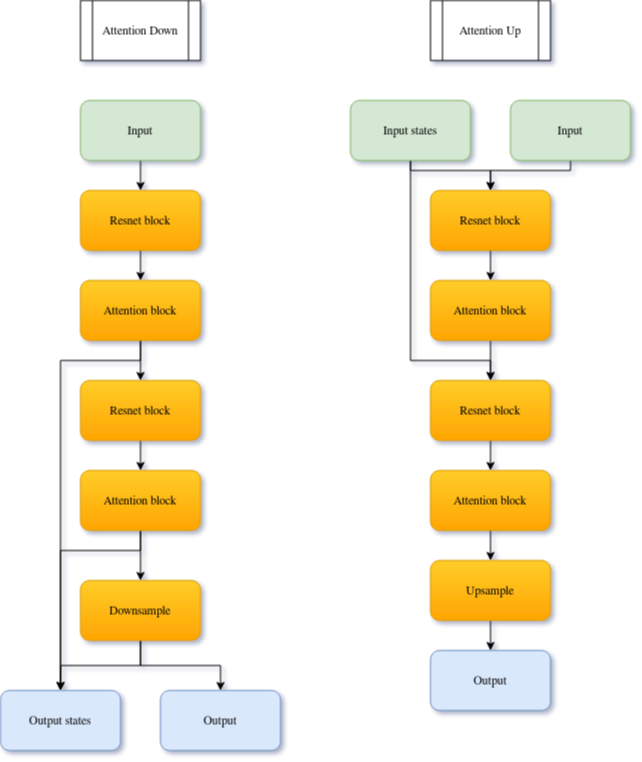
kaamka/diffusion-ct keeps this draw.io diagram as pdf/images/AttentionDownUp.drawio.png. Above is the earlier version. Source tidied: cells renumbered, new cells last; positions are measured from the earlier drawing's top-left corner, leaving out a move shared by most shapes.
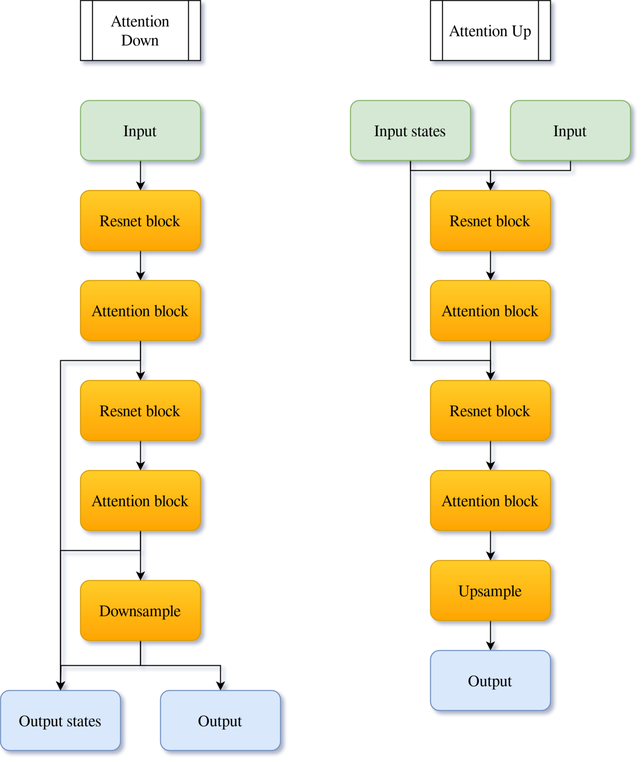
Later version of the same file.

What changed in the source:
```diff
@@ -2,19 +2,19 @@
   <root>
     <mxCell id="0" />
     <mxCell id="1" parent="0" />
-    <mxCell id="2" style="edgeStyle=orthogonalEdgeStyle;rounded=0;jettySize=auto;html=1;exitX=0.5;exitY=1;exitDx=0;exitDy=0;entryX=0.5;entryY=0;entryDx=0;entryDy=0;" parent="1" edge="1" source="3" target="9">
+    <mxCell id="2" style="edgeStyle=orthogonalEdgeStyle;rounded=0;jettySize=auto;html=1;exitX=0.5;exitY=1;exitDx=0;exitDy=0;entryX=0.5;entryY=0;entryDx=0;entryDy=0;fontSize=16;" parent="1" edge="1" source="3" target="9">
       <mxGeometry relative="1" as="geometry" />
     </mxCell>
-    <mxCell id="3" value="Input" style="rounded=1;whiteSpace=wrap;html=1;fillColor=#d5e8d4;strokeColor=#82b366;" parent="1" vertex="1">
+    <mxCell id="3" value="Input" style="rounded=1;whiteSpace=wrap;html=1;fillColor=#d5e8d4;strokeColor=#82b366;fontSize=16;" parent="1" vertex="1">
       <mxGeometry x="80" y="100" width="120" height="60" as="geometry" />
     </mxCell>
-    <mxCell id="4" value="Attention Down" style="shape=process;whiteSpace=wrap;html=1;backgroundOutline=1;" parent="1" vertex="1">
+    <mxCell id="4" value="Attention Down" style="shape=process;whiteSpace=wrap;html=1;backgroundOutline=1;fontSize=16;" parent="1" vertex="1">
       <mxGeometry x="80" width="120" height="60" as="geometry" />
     </mxCell>
-    <mxCell id="5" value="Attention Up" style="shape=process;whiteSpace=wrap;html=1;backgroundOutline=1;" parent="1" vertex="1">
+    <mxCell id="5" value="Attention Up" style="shape=process;whiteSpace=wrap;html=1;backgroundOutline=1;fontSize=16;" parent="1" vertex="1">
       <mxGeometry x="430" width="120" height="60" as="geometry" />
     </mxCell>
-    <mxCell id="6" style="edgeStyle=orthogonalEdgeStyle;rounded=0;jettySize=auto;html=1;exitX=0.5;exitY=1;exitDx=0;exitDy=0;entryX=0.5;entryY=0;entryDx=0;entryDy=0;" parent="1" edge="1" source="7" target="19">
+    <mxCell id="6" style="edgeStyle=orthogonalEdgeStyle;rounded=0;jettySize=auto;html=1;exitX=0.5;exitY=1;exitDx=0;exitDy=0;entryX=0.5;entryY=0;entryDx=0;entryDy=0;fontSize=16;" parent="1" edge="1" source="7" target="19">
       <mxGeometry relative="1" as="geometry">
         <Array as="points">
           <mxPoint x="570" y="170" />
@@ -22,19 +22,19 @@
         </Array>
       </mxGeometry>
     </mxCell>
-    <mxCell id="7" value="Input" style="rounded=1;whiteSpace=wrap;html=1;fillColor=#d5e8d4;strokeColor=#82b366;" parent="1" vertex="1">
+    <mxCell id="7" value="Input" style="rounded=1;whiteSpace=wrap;html=1;fillColor=#d5e8d4;strokeColor=#82b366;fontSize=16;" parent="1" vertex="1">
       <mxGeometry x="510" y="100" width="120" height="60" as="geometry" />
     </mxCell>
-    <mxCell id="8" style="edgeStyle=orthogonalEdgeStyle;rounded=0;jettySize=auto;html=1;exitX=0.5;exitY=1;exitDx=0;exitDy=0;entryX=0.5;entryY=0;entryDx=0;entryDy=0;" parent="1" edge="1" source="9" target="12">
+    <mxCell id="8" style="edgeStyle=orthogonalEdgeStyle;rounded=0;jettySize=auto;html=1;exitX=0.5;exitY=1;exitDx=0;exitDy=0;entryX=0.5;entryY=0;entryDx=0;entryDy=0;fontSize=16;" parent="1" edge="1" source="9" target="12">
       <mxGeometry relative="1" as="geometry" />
     </mxCell>
-    <mxCell id="9" value="Resnet block" style="rounded=1;whiteSpace=wrap;html=1;fillColor=#ffcd28;strokeColor=#d79b00;gradientColor=#ffa500;" parent="1" vertex="1">
+    <mxCell id="9" value="Resnet block" style="rounded=1;whiteSpace=wrap;html=1;fillColor=#ffcd28;strokeColor=#d79b00;gradientColor=#ffa500;fontSize=16;" parent="1" vertex="1">
       <mxGeometry x="80" y="190" width="120" height="60" as="geometry" />
     </mxCell>
-    <mxCell id="10" style="edgeStyle=orthogonalEdgeStyle;rounded=0;jettySize=auto;html=1;exitX=0.5;exitY=1;exitDx=0;exitDy=0;entryX=0.5;entryY=0;entryDx=0;entryDy=0;" parent="1" edge="1" source="12" target="29">
+    <mxCell id="10" style="edgeStyle=orthogonalEdgeStyle;rounded=0;jettySize=auto;html=1;exitX=0.5;exitY=1;exitDx=0;exitDy=0;entryX=0.5;entryY=0;entryDx=0;entryDy=0;fontSize=16;" parent="1" edge="1" source="12" target="29">
       <mxGeometry relative="1" as="geometry" />
     </mxCell>
-    <mxCell id="11" style="edgeStyle=orthogonalEdgeStyle;rounded=0;jettySize=auto;html=1;exitX=0.5;exitY=1;exitDx=0;exitDy=0;entryX=0.5;entryY=0;entryDx=0;entryDy=0;" parent="1" edge="1" source="12" target="17">
+    <mxCell id="11" style="edgeStyle=orthogonalEdgeStyle;rounded=0;jettySize=auto;html=1;exitX=0.5;exitY=1;exitDx=0;exitDy=0;entryX=0.5;entryY=0;entryDx=0;entryDy=0;fontSize=16;" parent="1" edge="1" source="12" target="17">
       <mxGeometry relative="1" as="geometry">
         <Array as="points">
           <mxPoint x="140" y="360" />
@@ -42,33 +42,33 @@
         </Array>
       </mxGeometry>
     </mxCell>
-    <mxCell id="12" value="&lt;div&gt;Attention block&lt;/div&gt;" style="rounded=1;whiteSpace=wrap;html=1;fillColor=#ffcd28;strokeColor=#d79b00;gradientColor=#ffa500;" parent="1" vertex="1">
+    <mxCell id="12" value="&lt;div style=&quot;font-size: 16px;&quot;&gt;Attention block&lt;/div&gt;" style="rounded=1;whiteSpace=wrap;html=1;fillColor=#ffcd28;strokeColor=#d79b00;gradientColor=#ffa500;fontSize=16;" parent="1" vertex="1">
       <mxGeometry x="80" y="280" width="120" height="60" as="geometry" />
     </mxCell>
-    <mxCell id="13" style="edgeStyle=orthogonalEdgeStyle;rounded=0;jettySize=auto;html=1;exitX=0.5;exitY=1;exitDx=0;exitDy=0;entryX=0.5;entryY=0;entryDx=0;entryDy=0;" parent="1" edge="1" source="15">
+    <mxCell id="13" style="edgeStyle=orthogonalEdgeStyle;rounded=0;jettySize=auto;html=1;exitX=0.5;exitY=1;exitDx=0;exitDy=0;entryX=0.5;entryY=0;entryDx=0;entryDy=0;fontSize=16;" parent="1" edge="1" source="15">
       <mxGeometry relative="1" as="geometry">
         <mxPoint x="60" y="690" as="targetPoint" />
       </mxGeometry>
     </mxCell>
-    <mxCell id="14" style="edgeStyle=orthogonalEdgeStyle;rounded=0;jettySize=auto;html=1;exitX=0.5;exitY=1;exitDx=0;exitDy=0;entryX=0.5;entryY=0;entryDx=0;entryDy=0;" parent="1" edge="1" source="15" target="16">
+    <mxCell id="14" style="edgeStyle=orthogonalEdgeStyle;rounded=0;jettySize=auto;html=1;exitX=0.5;exitY=1;exitDx=0;exitDy=0;entryX=0.5;entryY=0;entryDx=0;entryDy=0;fontSize=16;" parent="1" edge="1" source="15" target="16">
       <mxGeometry relative="1" as="geometry" />
     </mxCell>
-    <mxCell id="15" value="Downsample" style="rounded=1;whiteSpace=wrap;html=1;fillColor=#ffcd28;strokeColor=#d79b00;gradientColor=#ffa500;" parent="1" vertex="1">
+    <mxCell id="15" value="Downsample" style="rounded=1;whiteSpace=wrap;html=1;fillColor=#ffcd28;strokeColor=#d79b00;gradientColor=#ffa500;fontSize=16;" parent="1" vertex="1">
       <mxGeometry x="80" y="580" width="120" height="60" as="geometry" />
     </mxCell>
-    <mxCell id="16" value="Output" style="rounded=1;whiteSpace=wrap;html=1;fillColor=#dae8fc;strokeColor=#6c8ebf;" parent="1" vertex="1">
+    <mxCell id="16" value="Output" style="rounded=1;whiteSpace=wrap;html=1;fillColor=#dae8fc;strokeColor=#6c8ebf;fontSize=16;" parent="1" vertex="1">
       <mxGeometry x="160" y="690" width="120" height="60" as="geometry" />
     </mxCell>
-    <mxCell id="17" value="Output states" style="rounded=1;whiteSpace=wrap;html=1;fillColor=#dae8fc;strokeColor=#6c8ebf;" parent="1" vertex="1">
+    <mxCell id="17" value="Output states" style="rounded=1;whiteSpace=wrap;html=1;fillColor=#dae8fc;strokeColor=#6c8ebf;fontSize=16;" parent="1" vertex="1">
       <mxGeometry y="690" width="120" height="60" as="geometry" />
     </mxCell>
-    <mxCell id="18" style="edgeStyle=orthogonalEdgeStyle;rounded=0;jettySize=auto;html=1;exitX=0.5;exitY=1;exitDx=0;exitDy=0;entryX=0.5;entryY=0;entryDx=0;entryDy=0;" parent="1" edge="1" source="19" target="34">
+    <mxCell id="18" style="edgeStyle=orthogonalEdgeStyle;rounded=0;jettySize=auto;html=1;exitX=0.5;exitY=1;exitDx=0;exitDy=0;entryX=0.5;entryY=0;entryDx=0;entryDy=0;fontSize=16;" parent="1" edge="1" source="19" target="34">
       <mxGeometry relative="1" as="geometry" />
     </mxCell>
-    <mxCell id="19" value="Resnet block" style="rounded=1;whiteSpace=wrap;html=1;fillColor=#ffcd28;strokeColor=#d79b00;gradientColor=#ffa500;" parent="1" vertex="1">
+    <mxCell id="19" value="Resnet block" style="rounded=1;whiteSpace=wrap;html=1;fillColor=#ffcd28;strokeColor=#d79b00;gradientColor=#ffa500;fontSize=16;" parent="1" vertex="1">
       <mxGeometry x="430" y="190" width="120" height="60" as="geometry" />
     </mxCell>
-    <mxCell id="20" style="edgeStyle=orthogonalEdgeStyle;rounded=0;jettySize=auto;html=1;exitX=0.5;exitY=1;exitDx=0;exitDy=0;entryX=0.5;entryY=0;entryDx=0;entryDy=0;" parent="1" edge="1" source="22" target="19">
+    <mxCell id="20" style="edgeStyle=orthogonalEdgeStyle;rounded=0;jettySize=auto;html=1;exitX=0.5;exitY=1;exitDx=0;exitDy=0;entryX=0.5;entryY=0;entryDx=0;entryDy=0;fontSize=16;" parent="1" edge="1" source="22" target="19">
       <mxGeometry relative="1" as="geometry">
         <Array as="points">
           <mxPoint x="410" y="170" />
@@ -76,7 +76,7 @@
         </Array>
       </mxGeometry>
     </mxCell>
-    <mxCell id="21" style="edgeStyle=orthogonalEdgeStyle;rounded=0;jettySize=auto;html=1;exitX=0.5;exitY=1;exitDx=0;exitDy=0;entryX=0.5;entryY=0;entryDx=0;entryDy=0;" parent="1" edge="1" source="22" target="24">
+    <mxCell id="21" style="edgeStyle=orthogonalEdgeStyle;rounded=0;jettySize=auto;html=1;exitX=0.5;exitY=1;exitDx=0;exitDy=0;entryX=0.5;entryY=0;entryDx=0;entryDy=0;fontSize=16;" parent="1" edge="1" source="22" target="24">
       <mxGeometry relative="1" as="geometry">
         <Array as="points">
           <mxPoint x="410" y="360" />
@@ -84,34 +84,34 @@
         </Array>
       </mxGeometry>
     </mxCell>
-    <mxCell id="22" value="Input states" style="rounded=1;whiteSpace=wrap;html=1;fillColor=#d5e8d4;strokeColor=#82b366;" parent="1" vertex="1">
+    <mxCell id="22" value="Input states" style="rounded=1;whiteSpace=wrap;html=1;fillColor=#d5e8d4;strokeColor=#82b366;fontSize=16;" parent="1" vertex="1">
       <mxGeometry x="350" y="100" width="120" height="60" as="geometry" />
     </mxCell>
-    <mxCell id="23" style="edgeStyle=orthogonalEdgeStyle;rounded=0;jettySize=auto;html=1;exitX=0.5;exitY=1;exitDx=0;exitDy=0;entryX=0.5;entryY=0;entryDx=0;entryDy=0;" parent="1" edge="1" source="24" target="36">
+    <mxCell id="23" style="edgeStyle=orthogonalEdgeStyle;rounded=0;jettySize=auto;html=1;exitX=0.5;exitY=1;exitDx=0;exitDy=0;entryX=0.5;entryY=0;entryDx=0;entryDy=0;fontSize=16;" parent="1" edge="1" source="24" target="36">
       <mxGeometry relative="1" as="geometry" />
     </mxCell>
-    <mxCell id="24" value="Resnet block" style="rounded=1;whiteSpace=wrap;html=1;fillColor=#ffcd28;strokeColor=#d79b00;gradientColor=#ffa500;" parent="1" vertex="1">
+    <mxCell id="24" value="Resnet block" style="rounded=1;whiteSpace=wrap;html=1;fillColor=#ffcd28;strokeColor=#d79b00;gradientColor=#ffa500;fontSize=16;" parent="1" vertex="1">
       <mxGeometry x="430" y="380" width="120" height="60" as="geometry" />
     </mxCell>
-    <mxCell id="25" style="edgeStyle=orthogonalEdgeStyle;rounded=0;jettySize=auto;html=1;exitX=0.5;exitY=1;exitDx=0;exitDy=0;entryX=0.5;entryY=0;entryDx=0;entryDy=0;" parent="1" edge="1" source="26" target="27">
+    <mxCell id="25" style="edgeStyle=orthogonalEdgeStyle;rounded=0;jettySize=auto;html=1;exitX=0.5;exitY=1;exitDx=0;exitDy=0;entryX=0.5;entryY=0;entryDx=0;entryDy=0;fontSize=16;" parent="1" edge="1" source="26" target="27">
       <mxGeometry relative="1" as="geometry" />
     </mxCell>
-    <mxCell id="26" value="Upsample" style="rounded=1;whiteSpace=wrap;html=1;fillColor=#ffcd28;strokeColor=#d79b00;gradientColor=#ffa500;" parent="1" vertex="1">
+    <mxCell id="26" value="Upsample" style="rounded=1;whiteSpace=wrap;html=1;fillColor=#ffcd28;strokeColor=#d79b00;gradientColor=#ffa500;fontSize=16;" parent="1" vertex="1">
       <mxGeometry x="430" y="560" width="120" height="60" as="geometry" />
     </mxCell>
-    <mxCell id="27" value="Output" style="rounded=1;whiteSpace=wrap;html=1;fillColor=#dae8fc;strokeColor=#6c8ebf;" parent="1" vertex="1">
+    <mxCell id="27" value="Output" style="rounded=1;whiteSpace=wrap;html=1;fillColor=#dae8fc;strokeColor=#6c8ebf;fontSize=16;" parent="1" vertex="1">
       <mxGeometry x="430" y="650" width="120" height="60" as="geometry" />
     </mxCell>
-    <mxCell id="28" style="edgeStyle=orthogonalEdgeStyle;rounded=0;jettySize=auto;html=1;exitX=0.5;exitY=1;exitDx=0;exitDy=0;entryX=0.5;entryY=0;entryDx=0;entryDy=0;" parent="1" edge="1" source="29" target="32">
+    <mxCell id="28" style="edgeStyle=orthogonalEdgeStyle;rounded=0;jettySize=auto;html=1;exitX=0.5;exitY=1;exitDx=0;exitDy=0;entryX=0.5;entryY=0;entryDx=0;entryDy=0;fontSize=16;" parent="1" edge="1" source="29" target="32">
       <mxGeometry relative="1" as="geometry" />
     </mxCell>
-    <mxCell id="29" value="Resnet block" style="rounded=1;whiteSpace=wrap;html=1;fillColor=#ffcd28;strokeColor=#d79b00;gradientColor=#ffa500;" parent="1" vertex="1">
+    <mxCell id="29" value="Resnet block" style="rounded=1;whiteSpace=wrap;html=1;fillColor=#ffcd28;strokeColor=#d79b00;gradientColor=#ffa500;fontSize=16;" parent="1" vertex="1">
       <mxGeometry x="80" y="380" width="120" height="60" as="geometry" />
     </mxCell>
-    <mxCell id="30" style="edgeStyle=orthogonalEdgeStyle;rounded=0;jettySize=auto;html=1;exitX=0.5;exitY=1;exitDx=0;exitDy=0;entryX=0.5;entryY=0;entryDx=0;entryDy=0;" parent="1" edge="1" source="32" target="15">
+    <mxCell id="30" style="edgeStyle=orthogonalEdgeStyle;rounded=0;jettySize=auto;html=1;exitX=0.5;exitY=1;exitDx=0;exitDy=0;entryX=0.5;entryY=0;entryDx=0;entryDy=0;fontSize=16;" parent="1" edge="1" source="32" target="15">
       <mxGeometry relative="1" as="geometry" />
     </mxCell>
-    <mxCell id="31" style="edgeStyle=orthogonalEdgeStyle;rounded=0;jettySize=auto;html=1;exitX=0.5;exitY=1;exitDx=0;exitDy=0;entryX=0.5;entryY=0;entryDx=0;entryDy=0;" parent="1" edge="1" source="32" target="17">
+    <mxCell id="31" style="edgeStyle=orthogonalEdgeStyle;rounded=0;jettySize=auto;html=1;exitX=0.5;exitY=1;exitDx=0;exitDy=0;entryX=0.5;entryY=0;entryDx=0;entryDy=0;fontSize=16;" parent="1" edge="1" source="32" target="17">
       <mxGeometry relative="1" as="geometry">
         <Array as="points">
           <mxPoint x="140" y="550" />
@@ -119,19 +119,19 @@
         </Array>
       </mxGeometry>
     </mxCell>
-    <mxCell id="32" value="Attention block" style="rounded=1;whiteSpace=wrap;html=1;fillColor=#ffcd28;strokeColor=#d79b00;gradientColor=#ffa500;" parent="1" vertex="1">
+    <mxCell id="32" value="Attention block" style="rounded=1;whiteSpace=wrap;html=1;fillColor=#ffcd28;strokeColor=#d79b00;gradientColor=#ffa500;fontSize=16;" parent="1" vertex="1">
       <mxGeometry x="80" y="470" width="120" height="60" as="geometry" />
     </mxCell>
-    <mxCell id="33" style="edgeStyle=orthogonalEdgeStyle;rounded=0;jettySize=auto;html=1;exitX=0.5;exitY=1;exitDx=0;exitDy=0;entryX=0.5;entryY=0;entryDx=0;entryDy=0;" parent="1" edge="1" source="34" target="24">
+    <mxCell id="33" style="edgeStyle=orthogonalEdgeStyle;rounded=0;jettySize=auto;html=1;exitX=0.5;exitY=1;exitDx=0;exitDy=0;entryX=0.5;entryY=0;entryDx=0;entryDy=0;fontSize=16;" parent="1" edge="1" source="34" target="24">
       <mxGeometry relative="1" as="geometry" />
     </mxCell>
-    <mxCell id="34" value="Attention block" style="rounded=1;whiteSpace=wrap;html=1;fillColor=#ffcd28;strokeColor=#d79b00;gradientColor=#ffa500;" parent="1" vertex="1">
+    <mxCell id="34" value="Attention block" style="rounded=1;whiteSpace=wrap;html=1;fillColor=#ffcd28;strokeColor=#d79b00;gradientColor=#ffa500;fontSize=16;" parent="1" vertex="1">
       <mxGeometry x="430" y="280" width="120" height="60" as="geometry" />
     </mxCell>
-    <mxCell id="35" style="edgeStyle=orthogonalEdgeStyle;rounded=0;jettySize=auto;html=1;exitX=0.5;exitY=1;exitDx=0;exitDy=0;entryX=0.5;entryY=0;entryDx=0;entryDy=0;" parent="1" edge="1" source="36" target="26">
+    <mxCell id="35" style="edgeStyle=orthogonalEdgeStyle;rounded=0;jettySize=auto;html=1;exitX=0.5;exitY=1;exitDx=0;exitDy=0;entryX=0.5;entryY=0;entryDx=0;entryDy=0;fontSize=16;" parent="1" edge="1" source="36" target="26">
       <mxGeometry relative="1" as="geometry" />
     </mxCell>
-    <mxCell id="36" value="Attention block" style="rounded=1;whiteSpace=wrap;html=1;fillColor=#ffcd28;strokeColor=#d79b00;gradientColor=#ffa500;" parent="1" vertex="1">
+    <mxCell id="36" value="Attention block" style="rounded=1;whiteSpace=wrap;html=1;fillColor=#ffcd28;strokeColor=#d79b00;gradientColor=#ffa500;fontSize=16;" parent="1" vertex="1">
       <mxGeometry x="430" y="470" width="120" height="60" as="geometry" />
     </mxCell>
   </root>
```
